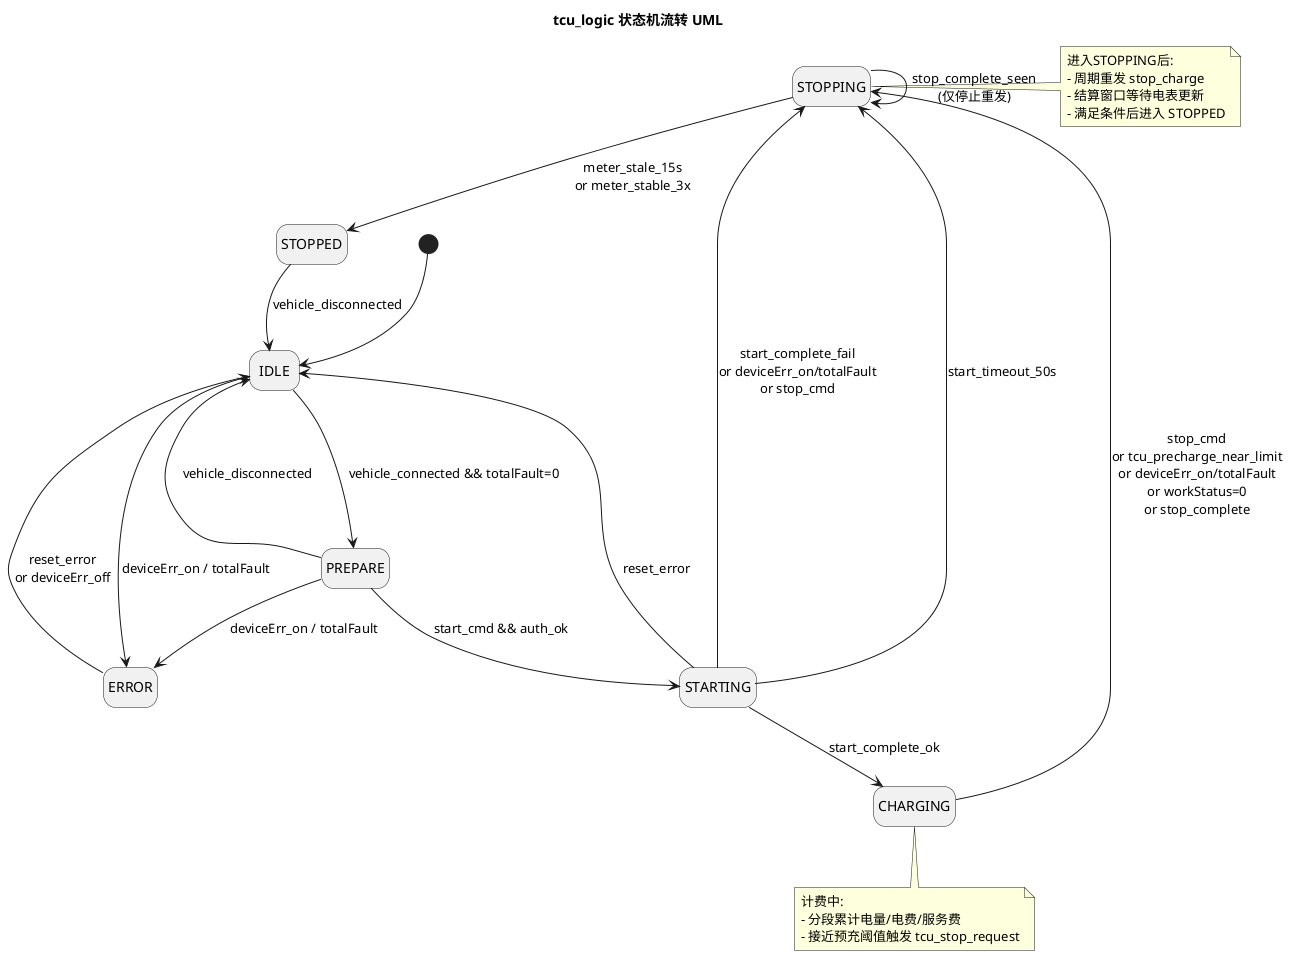
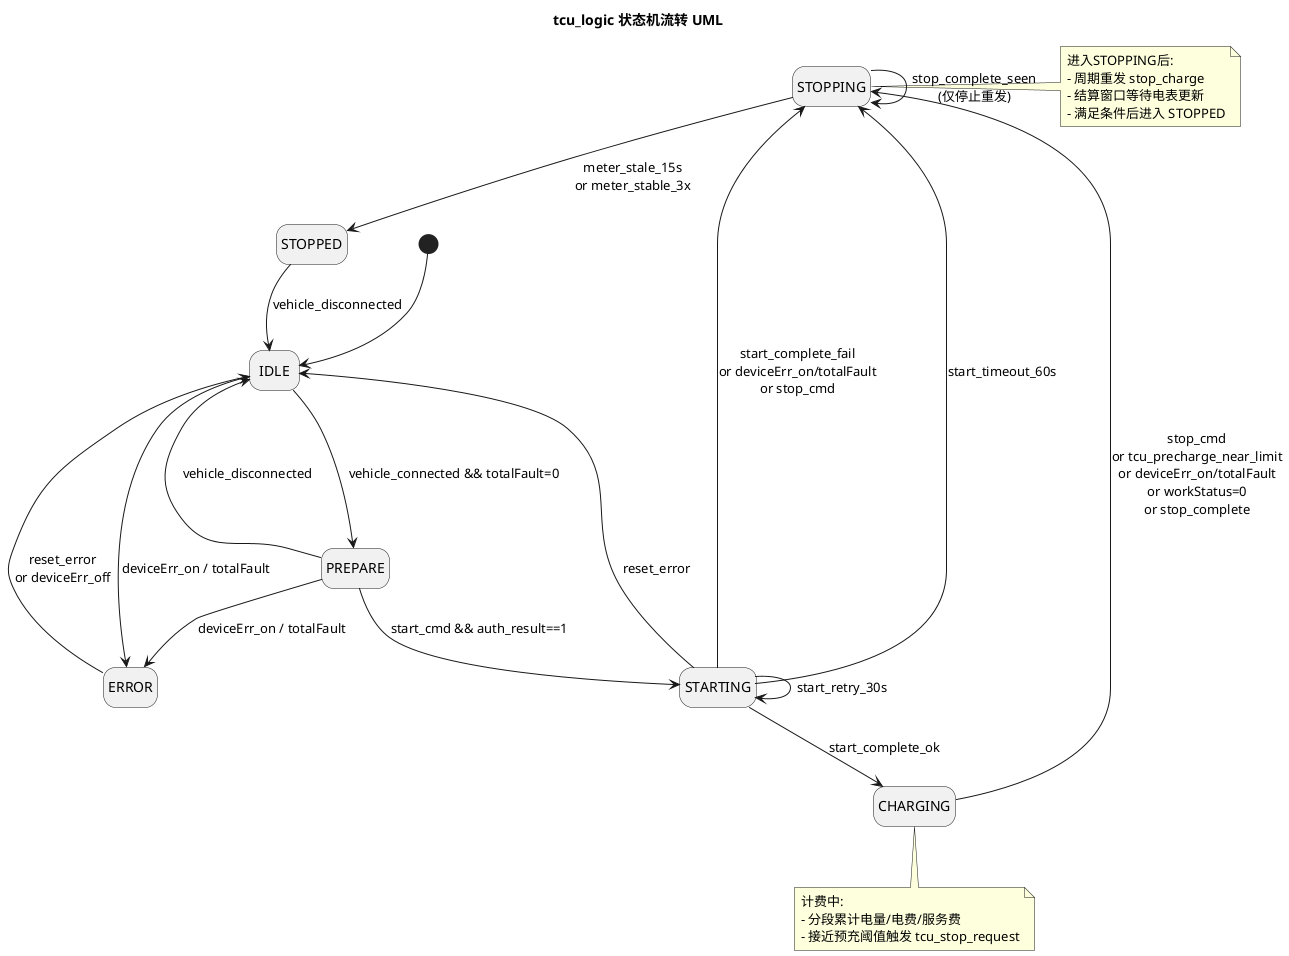
@startuml
title tcu_logic 状态机流转 UML

hide empty description

[*] --> IDLE

IDLE --> PREPARE : vehicle_connected && totalFault=0
IDLE --> ERROR : deviceErr_on / totalFault

- PREPARE --> STARTING : start_cmd && auth_ok
+ PREPARE --> STARTING : start_cmd && auth_result==1
PREPARE --> IDLE : vehicle_disconnected
PREPARE --> ERROR : deviceErr_on / totalFault

STARTING --> CHARGING : start_complete_ok
STARTING --> STOPPING : start_complete_fail\nor deviceErr_on/totalFault\nor stop_cmd
STARTING --> IDLE : reset_error
- STARTING --> STOPPING : start_timeout_50s
+ STARTING --> STARTING : start_retry_30s
+ STARTING --> STOPPING : start_timeout_60s

CHARGING --> STOPPING : stop_cmd\nor tcu_precharge_near_limit\nor deviceErr_on/totalFault\nor workStatus=0\nor stop_complete

STOPPING --> STOPPED : meter_stale_15s\nor meter_stable_3x
STOPPING --> STOPPING : stop_complete_seen\n(仅停止重发)

STOPPED --> IDLE : vehicle_disconnected

ERROR --> IDLE : reset_error\nor deviceErr_off

note right of STOPPING
  进入STOPPING后:
  - 周期重发 stop_charge
  - 结算窗口等待电表更新
  - 满足条件后进入 STOPPED
end note

note bottom of CHARGING
  计费中:
  - 分段累计电量/电费/服务费
  - 接近预充阈值触发 tcu_stop_request
end note

@enduml
